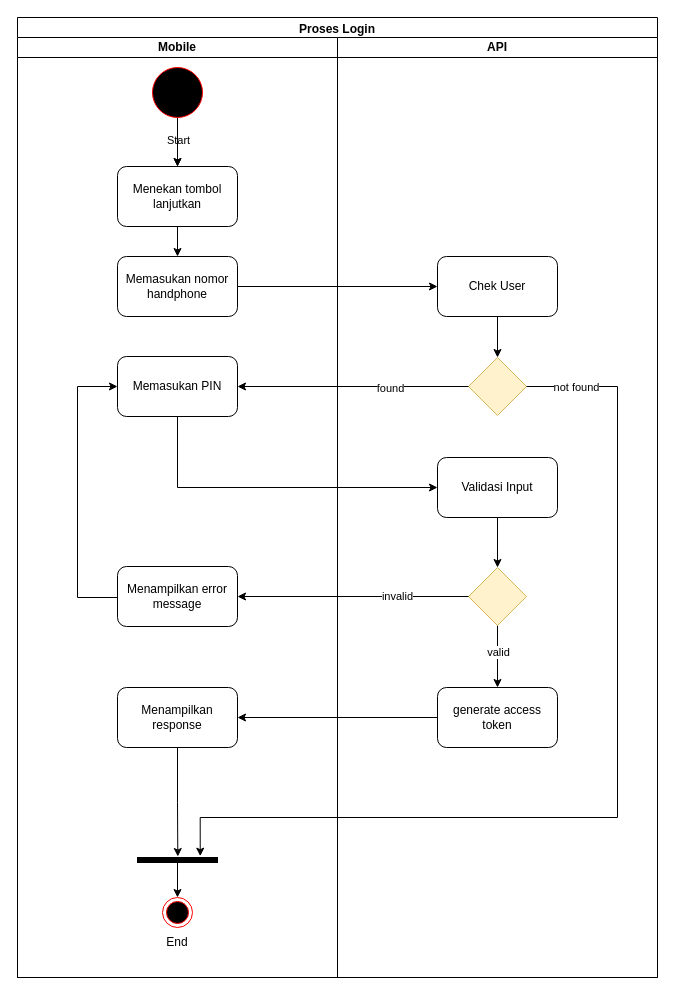
Earlier version of the draw.io diagram page "Login" (4 of 13) of requirements/Activity Diagram.drawio (foxxxesky/Final-Projects-Backend-OVO). Source tidied: cells renumbered, new cells numbered last; positions are measured from the earlier drawing's top-left corner, leaving out a move shared by most shapes. Both pictures are drawn from the tidied source at 100%, with x=0, y=0 at pixel (17, 17).
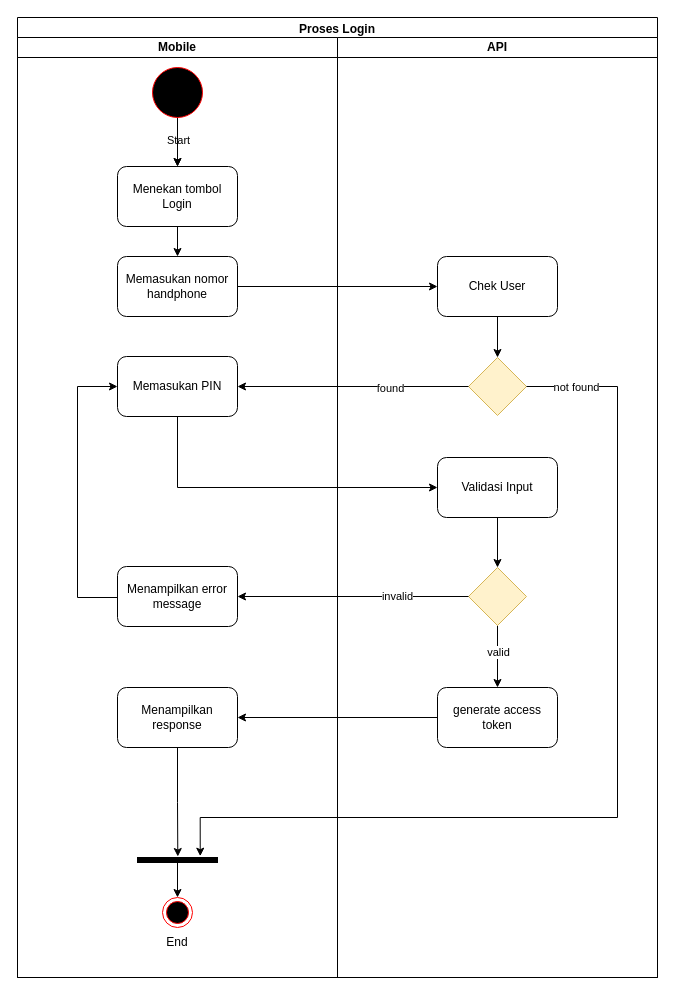
Above is the later version.

Unchanged cells that the change refers to:
```xml
<mxCell id="3" value="Mobile" style="swimlane;startSize=20;whiteSpace=wrap;html=1;" parent="2" vertex="1">
  <mxGeometry y="20" width="320" height="940" as="geometry" />
</mxCell>
```

Diff of the diagram source:
```diff
@@
-    <mxCell id="7" value="Menekan tombol lanjutkan" style="rounded=1;whiteSpace=wrap;html=1;fillColor=none;" parent="3" vertex="1">
+    <mxCell id="7" value="Menekan tombol Login" style="rounded=1;whiteSpace=wrap;html=1;fillColor=none;" parent="3" vertex="1">
       <mxGeometry x="100" y="129" width="120" height="60" as="geometry" />
     </mxCell>
```
